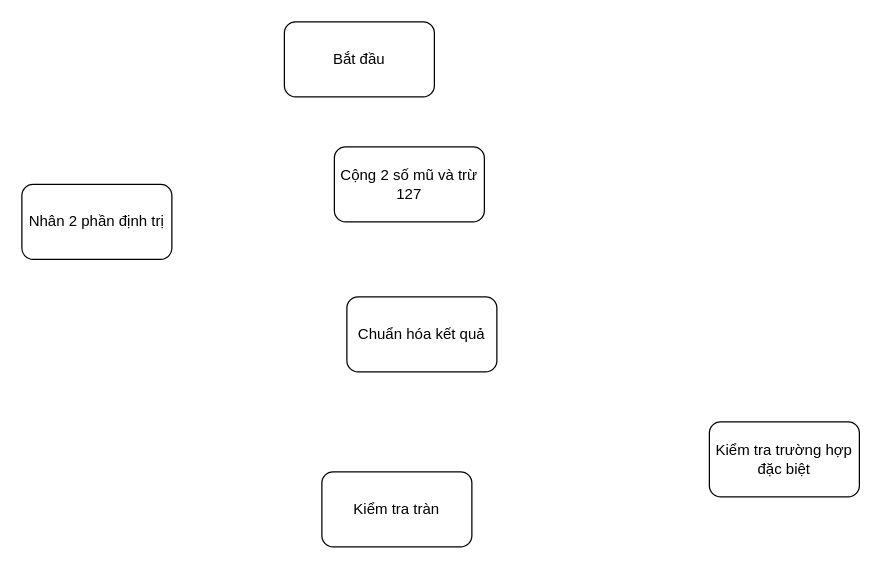
Above: Untitled Diagram.drawio in Huy-Luu/TEST (draw.io), before the change. Source tidied: cells renumbered, new cells numbered last; positions are measured from the earlier drawing's top-left corner, leaving out a move shared by most shapes. Both pictures are drawn from the tidied source at 125%, with x=0, y=0 at pixel (21, 21).
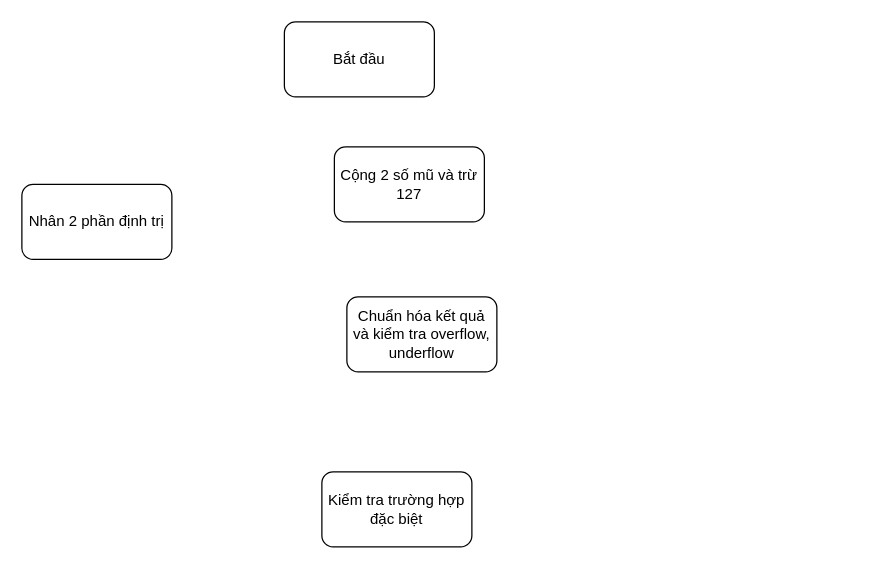
After the change.

What changed in the source:
```diff
@@
 <mxGraphModel>
   <root>
     <mxCell id="0" />
     <mxCell id="1" parent="0" />
     <mxCell id="2" value="Bắt đầu" style="rounded=1;whiteSpace=wrap;html=1;" parent="1" vertex="1">
       <mxGeometry x="210" width="120" height="60" as="geometry" />
     </mxCell>
     <mxCell id="3" value="Cộng 2 số mũ và trừ 127" style="rounded=1;whiteSpace=wrap;html=1;" parent="1" vertex="1">
       <mxGeometry x="250" y="100" width="120" height="60" as="geometry" />
     </mxCell>
     <mxCell id="4" value="Nhân 2 phần định trị" style="rounded=1;whiteSpace=wrap;html=1;" parent="1" vertex="1">
       <mxGeometry y="130" width="120" height="60" as="geometry" />
     </mxCell>
-    <mxCell id="5" value="Chuẩn hóa kết quả" style="rounded=1;whiteSpace=wrap;html=1;" parent="1" vertex="1">
+    <mxCell id="5" value="Chuẩn hóa kết quả&lt;br&gt;và kiểm tra overflow, underflow" style="rounded=1;whiteSpace=wrap;html=1;" parent="1" vertex="1">
       <mxGeometry x="260" y="220" width="120" height="60" as="geometry" />
     </mxCell>
-    <mxCell id="6" value="Kiểm tra tràn" style="rounded=1;whiteSpace=wrap;html=1;" parent="1" vertex="1">
+    <mxCell id="6" value="Kiểm tra trường hợp đặc biệt" style="rounded=1;whiteSpace=wrap;html=1;" parent="1" vertex="1">
       <mxGeometry x="240" y="360" width="120" height="60" as="geometry" />
     </mxCell>
-    <mxCell id="7" value="Kiểm tra trường hợp đặc biệt" style="rounded=1;whiteSpace=wrap;html=1;" parent="1" vertex="1">
-      <mxGeometry x="550" y="320" width="120" height="60" as="geometry" />
-    </mxCell>
   </root>
 </mxGraphModel>
```
